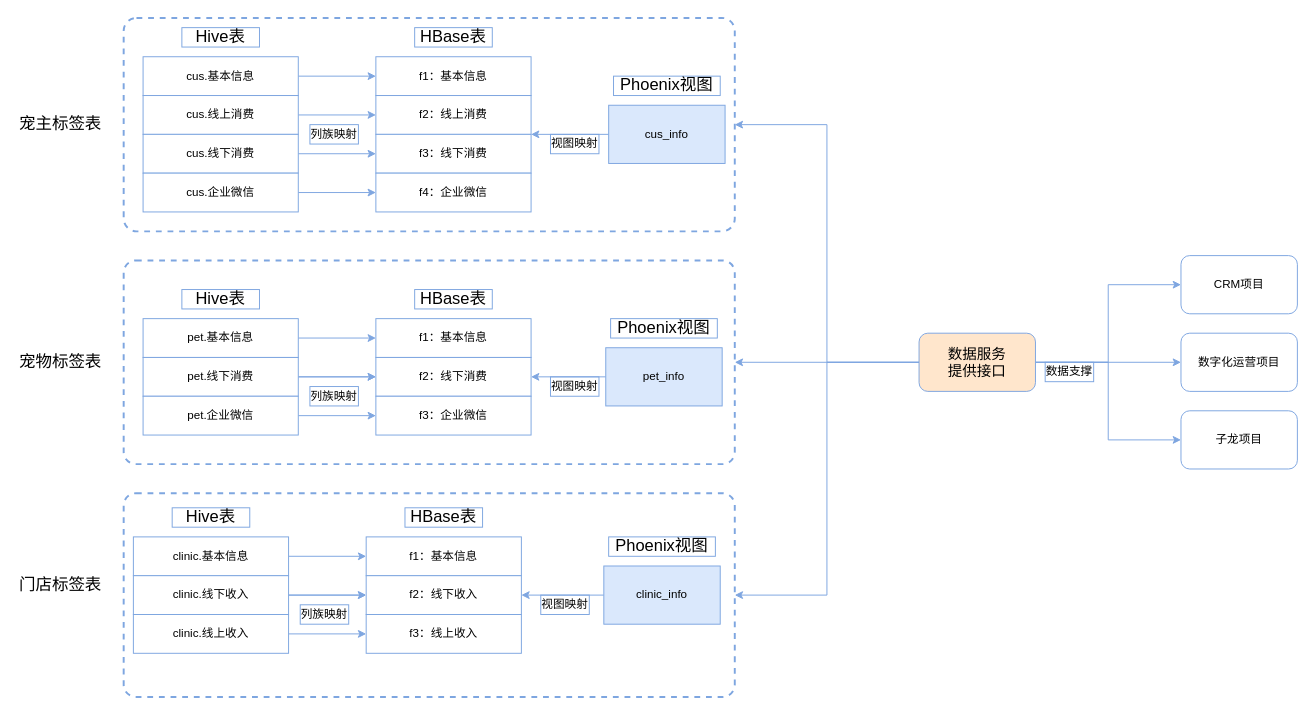
The draw.io diagram pet_data_warehouse/客户标签.drawio in fangzheng0518/draw, before the edit. Source tidied: cells renumbered, new cells numbered last; positions are measured from the earlier drawing's top-left corner, leaving out a move shared by most shapes. Both pictures are drawn from the tidied source at 97%, with x=0, y=0 at pixel (16, 17).
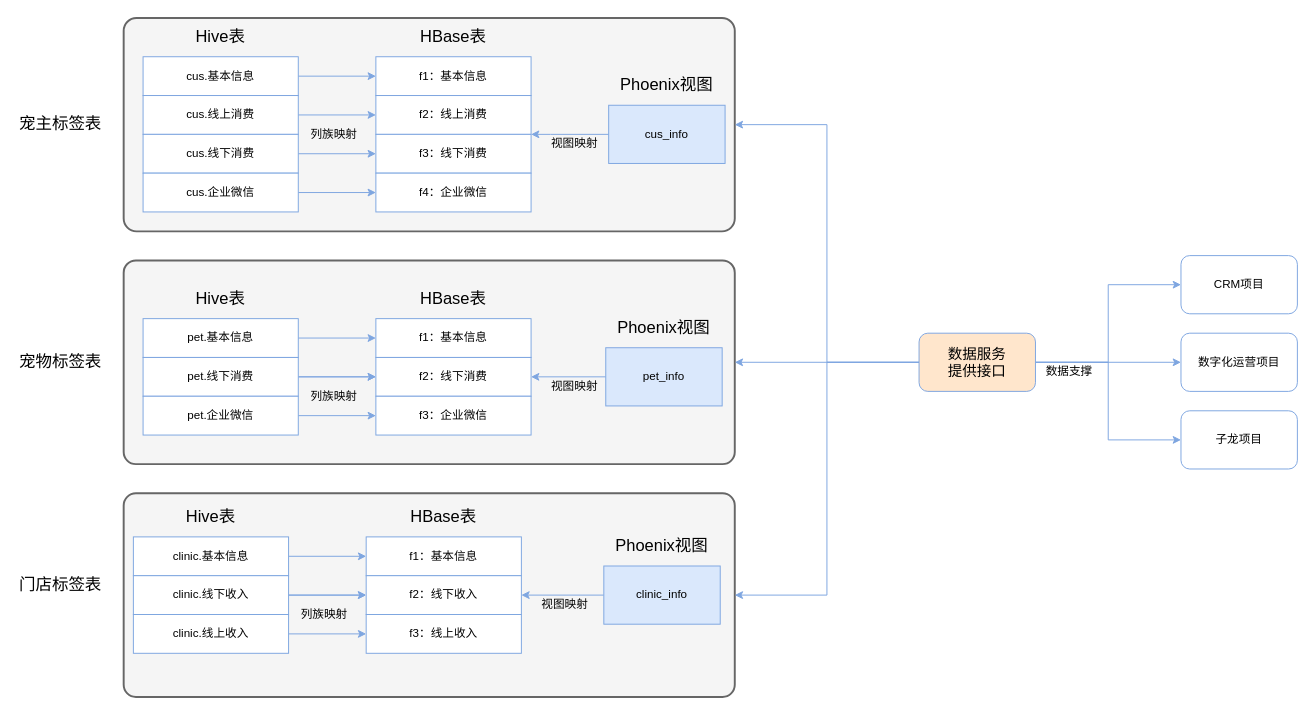
After the change.

Commit message (it also covers changes not shown here):
更新客户标签.drawio

Diff of the diagram source:
```diff
@@
-    <mxCell id="2" style="rounded=1;whiteSpace=wrap;html=1;arcSize=6;dashed=1;fillColor=none;strokeWidth=2;strokeColor=#7EA6E0;" parent="1" vertex="1">
+    <mxCell id="2" style="rounded=1;whiteSpace=wrap;html=1;arcSize=6;fillColor=#f5f5f5;strokeWidth=2;strokeColor=#666666;fontColor=#333333;" parent="1" vertex="1">
       <mxGeometry x="110" y="490" width="630" height="210" as="geometry" />
     </mxCell>
-    <mxCell id="3" style="rounded=1;whiteSpace=wrap;html=1;arcSize=6;dashed=1;fillColor=none;strokeWidth=2;strokeColor=#7EA6E0;" parent="1" vertex="1">
+    <mxCell id="3" style="rounded=1;whiteSpace=wrap;html=1;arcSize=6;fillColor=#f5f5f5;strokeWidth=2;strokeColor=#666666;fontColor=#333333;" parent="1" vertex="1">
       <mxGeometry x="110" y="250" width="630" height="210" as="geometry" />
     </mxCell>
-    <mxCell id="4" value="&lt;hr&gt;" style="rounded=1;whiteSpace=wrap;html=1;arcSize=6;dashed=1;fillColor=none;strokeWidth=2;strokeColor=#7EA6E0;" parent="1" vertex="1">
+    <mxCell id="4" value="&lt;hr&gt;" style="rounded=1;whiteSpace=wrap;html=1;arcSize=6;strokeWidth=2;strokeColor=#666666;fillColor=#f5f5f5;fontColor=#333333;" parent="1" vertex="1">
       <mxGeometry x="110" width="630" height="220" as="geometry" />
     </mxCell>
@@
-    <mxCell id="17" value="&lt;font style=&quot;font-size: 17px&quot;&gt;Hive表&lt;/font&gt;" style="text;html=1;fillColor=none;align=center;verticalAlign=middle;whiteSpace=wrap;rounded=0;strokeColor=#7EA6E0;" parent="1" vertex="1">
+    <mxCell id="17" value="&lt;font style=&quot;font-size: 17px&quot;&gt;Hive表&lt;/font&gt;" style="text;html=1;fillColor=none;align=center;verticalAlign=middle;whiteSpace=wrap;rounded=0;" parent="1" vertex="1">
       <mxGeometry x="170" y="10" width="80" height="20" as="geometry" />
     </mxCell>
-    <mxCell id="18" value="&lt;font style=&quot;font-size: 17px&quot;&gt;HBase表&lt;/font&gt;" style="text;html=1;fillColor=none;align=center;verticalAlign=middle;whiteSpace=wrap;rounded=0;strokeColor=#7EA6E0;" parent="1" vertex="1">
+    <mxCell id="18" value="&lt;font style=&quot;font-size: 17px&quot;&gt;HBase表&lt;/font&gt;" style="text;html=1;fillColor=none;align=center;verticalAlign=middle;whiteSpace=wrap;rounded=0;" parent="1" vertex="1">
       <mxGeometry x="410" y="10" width="80" height="20" as="geometry" />
     </mxCell>
@@
-    <mxCell id="21" value="&lt;font style=&quot;font-size: 17px&quot;&gt;Phoenix视图&lt;/font&gt;" style="text;html=1;fillColor=none;align=center;verticalAlign=middle;whiteSpace=wrap;rounded=0;strokeColor=#7EA6E0;" parent="1" vertex="1">
+    <mxCell id="21" value="&lt;font style=&quot;font-size: 17px&quot;&gt;Phoenix视图&lt;/font&gt;" style="text;html=1;fillColor=none;align=center;verticalAlign=middle;whiteSpace=wrap;rounded=0;" parent="1" vertex="1">
       <mxGeometry x="615" y="60" width="110" height="20" as="geometry" />
     </mxCell>
@@
-    <mxCell id="32" value="视图映射" style="text;html=1;fillColor=none;align=center;verticalAlign=middle;whiteSpace=wrap;rounded=0;strokeColor=#7EA6E0;" parent="1" vertex="1">
+    <mxCell id="32" value="视图映射" style="text;html=1;fillColor=none;align=center;verticalAlign=middle;whiteSpace=wrap;rounded=0;" parent="1" vertex="1">
       <mxGeometry x="550" y="120" width="50" height="20" as="geometry" />
     </mxCell>
-    <mxCell id="33" value="列族映射" style="text;html=1;fillColor=none;align=center;verticalAlign=middle;whiteSpace=wrap;rounded=0;strokeColor=#7EA6E0;" parent="1" vertex="1">
+    <mxCell id="33" value="列族映射" style="text;html=1;fillColor=none;align=center;verticalAlign=middle;whiteSpace=wrap;rounded=0;" parent="1" vertex="1">
       <mxGeometry x="302" y="110" width="50" height="20" as="geometry" />
     </mxCell>
-    <mxCell id="34" value="数据支撑" style="text;html=1;fillColor=none;align=center;verticalAlign=middle;whiteSpace=wrap;rounded=0;strokeColor=#7EA6E0;" parent="1" vertex="1">
+    <mxCell id="34" value="数据支撑" style="text;html=1;fillColor=none;align=center;verticalAlign=middle;whiteSpace=wrap;rounded=0;" parent="1" vertex="1">
       <mxGeometry x="1060" y="355" width="50" height="20" as="geometry" />
     </mxCell>
@@
-    <mxCell id="45" value="&lt;font style=&quot;font-size: 17px&quot;&gt;Hive表&lt;/font&gt;" style="text;html=1;fillColor=none;align=center;verticalAlign=middle;whiteSpace=wrap;rounded=0;strokeColor=#7EA6E0;" parent="1" vertex="1">
+    <mxCell id="45" value="&lt;font style=&quot;font-size: 17px&quot;&gt;Hive表&lt;/font&gt;" style="text;html=1;fillColor=none;align=center;verticalAlign=middle;whiteSpace=wrap;rounded=0;" parent="1" vertex="1">
       <mxGeometry x="170" y="280" width="80" height="20" as="geometry" />
     </mxCell>
-    <mxCell id="46" value="&lt;font style=&quot;font-size: 17px&quot;&gt;HBase表&lt;/font&gt;" style="text;html=1;fillColor=none;align=center;verticalAlign=middle;whiteSpace=wrap;rounded=0;strokeColor=#7EA6E0;" parent="1" vertex="1">
+    <mxCell id="46" value="&lt;font style=&quot;font-size: 17px&quot;&gt;HBase表&lt;/font&gt;" style="text;html=1;fillColor=none;align=center;verticalAlign=middle;whiteSpace=wrap;rounded=0;" parent="1" vertex="1">
       <mxGeometry x="410" y="280" width="80" height="20" as="geometry" />
     </mxCell>
@@
-    <mxCell id="49" value="&lt;font style=&quot;font-size: 17px&quot;&gt;Phoenix视图&lt;/font&gt;" style="text;html=1;fillColor=none;align=center;verticalAlign=middle;whiteSpace=wrap;rounded=0;strokeColor=#7EA6E0;" parent="1" vertex="1">
+    <mxCell id="49" value="&lt;font style=&quot;font-size: 17px&quot;&gt;Phoenix视图&lt;/font&gt;" style="text;html=1;fillColor=none;align=center;verticalAlign=middle;whiteSpace=wrap;rounded=0;" parent="1" vertex="1">
       <mxGeometry x="612" y="310" width="110" height="20" as="geometry" />
     </mxCell>
-    <mxCell id="50" value="列族映射" style="text;html=1;fillColor=none;align=center;verticalAlign=middle;whiteSpace=wrap;rounded=0;strokeColor=#7EA6E0;" parent="1" vertex="1">
+    <mxCell id="50" value="列族映射" style="text;html=1;fillColor=none;align=center;verticalAlign=middle;whiteSpace=wrap;rounded=0;" parent="1" vertex="1">
       <mxGeometry x="302" y="380" width="50" height="20" as="geometry" />
     </mxCell>
-    <mxCell id="51" value="视图映射" style="text;html=1;fillColor=none;align=center;verticalAlign=middle;whiteSpace=wrap;rounded=0;strokeColor=#7EA6E0;" parent="1" vertex="1">
+    <mxCell id="51" value="视图映射" style="text;html=1;fillColor=none;align=center;verticalAlign=middle;whiteSpace=wrap;rounded=0;" parent="1" vertex="1">
       <mxGeometry x="550" y="370" width="50" height="20" as="geometry" />
     </mxCell>
@@
-    <mxCell id="62" value="&lt;font style=&quot;font-size: 17px&quot;&gt;Hive表&lt;/font&gt;" style="text;html=1;fillColor=none;align=center;verticalAlign=middle;whiteSpace=wrap;rounded=0;strokeColor=#7EA6E0;" parent="1" vertex="1">
+    <mxCell id="62" value="&lt;font style=&quot;font-size: 17px&quot;&gt;Hive表&lt;/font&gt;" style="text;html=1;fillColor=none;align=center;verticalAlign=middle;whiteSpace=wrap;rounded=0;" parent="1" vertex="1">
       <mxGeometry x="160" y="505" width="80" height="20" as="geometry" />
     </mxCell>
-    <mxCell id="63" value="&lt;font style=&quot;font-size: 17px&quot;&gt;HBase表&lt;/font&gt;" style="text;html=1;fillColor=none;align=center;verticalAlign=middle;whiteSpace=wrap;rounded=0;strokeColor=#7EA6E0;" parent="1" vertex="1">
+    <mxCell id="63" value="&lt;font style=&quot;font-size: 17px&quot;&gt;HBase表&lt;/font&gt;" style="text;html=1;fillColor=none;align=center;verticalAlign=middle;whiteSpace=wrap;rounded=0;" parent="1" vertex="1">
       <mxGeometry x="400" y="505" width="80" height="20" as="geometry" />
     </mxCell>
@@
-    <mxCell id="66" value="&lt;font style=&quot;font-size: 17px&quot;&gt;Phoenix视图&lt;/font&gt;" style="text;html=1;fillColor=none;align=center;verticalAlign=middle;whiteSpace=wrap;rounded=0;strokeColor=#7EA6E0;" parent="1" vertex="1">
+    <mxCell id="66" value="&lt;font style=&quot;font-size: 17px&quot;&gt;Phoenix视图&lt;/font&gt;" style="text;html=1;fillColor=none;align=center;verticalAlign=middle;whiteSpace=wrap;rounded=0;" parent="1" vertex="1">
       <mxGeometry x="610" y="535" width="110" height="20" as="geometry" />
     </mxCell>
-    <mxCell id="67" value="列族映射" style="text;html=1;fillColor=none;align=center;verticalAlign=middle;whiteSpace=wrap;rounded=0;strokeColor=#7EA6E0;" parent="1" vertex="1">
+    <mxCell id="67" value="列族映射" style="text;html=1;fillColor=none;align=center;verticalAlign=middle;whiteSpace=wrap;rounded=0;" parent="1" vertex="1">
       <mxGeometry x="292" y="605" width="50" height="20" as="geometry" />
     </mxCell>
-    <mxCell id="68" value="视图映射" style="text;html=1;fillColor=none;align=center;verticalAlign=middle;whiteSpace=wrap;rounded=0;strokeColor=#7EA6E0;" parent="1" vertex="1">
+    <mxCell id="68" value="视图映射" style="text;html=1;fillColor=none;align=center;verticalAlign=middle;whiteSpace=wrap;rounded=0;" parent="1" vertex="1">
       <mxGeometry x="540" y="595" width="50" height="20" as="geometry" />
     </mxCell>
```
